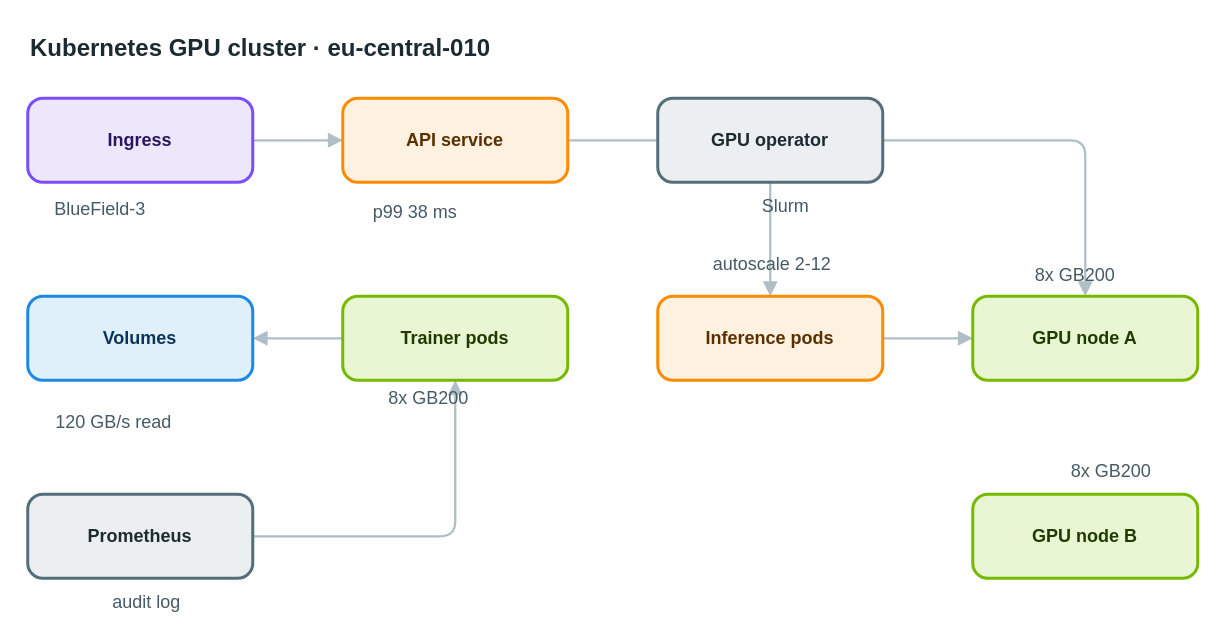
This is apps/web/public/samples/library/010-kubernetes-gpu-cluster.drawio from AryanG01/open-apprentice, a draw.io file, before an edit. Source tidied: cells renumbered, new cells numbered last; positions are measured from the earlier drawing's top-left corner, leaving out a move shared by most shapes. Both pictures are drawn from the tidied source at 150%, with x=0, y=0 at pixel (27, 26).
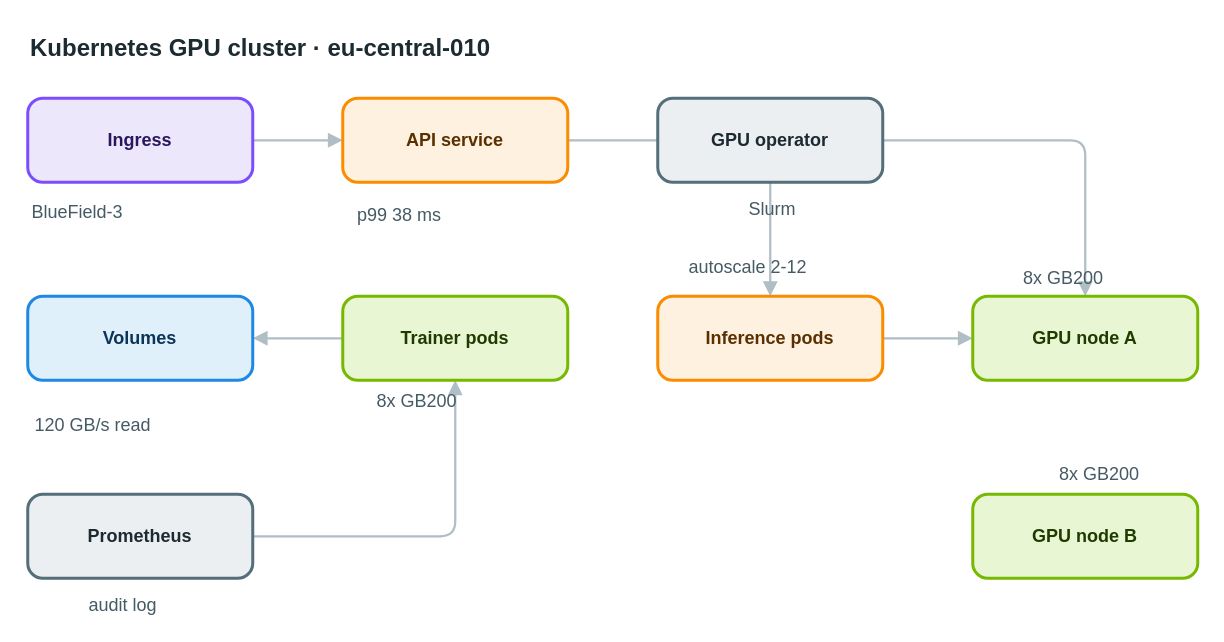
The same diagram, later.

Diff of the diagram source:
```diff
@@
-    <mxCell id="18" value="BlueField-3" style="text;html=1;align=center;verticalAlign=middle;whiteSpace=nowrap;strokeColor=none;fillColor=none;fontSize=12;fontColor=#455a64;" parent="1" vertex="1">
+    <mxCell id="18" value="BlueField-3" style="text;html=1;align=left;verticalAlign=top;whiteSpace=nowrap;spacing=0;spacingTop=0;strokeColor=none;fillColor=none;fontSize=12;fontColor=#455a64;" parent="1" vertex="1">
       <mxGeometry x="3" y="112" width="89" height="20" as="geometry" />
     </mxCell>
-    <mxCell id="19" value="p99 38 ms" style="text;html=1;align=center;verticalAlign=middle;whiteSpace=nowrap;strokeColor=none;fillColor=none;fontSize=12;fontColor=#455a64;" parent="1" vertex="1">
+    <mxCell id="19" value="p99 38 ms" style="text;html=1;align=left;verticalAlign=top;whiteSpace=nowrap;spacing=0;spacingTop=0;strokeColor=none;fillColor=none;fontSize=12;fontColor=#455a64;" parent="1" vertex="1">
       <mxGeometry x="220" y="114" width="75" height="20" as="geometry" />
     </mxCell>
-    <mxCell id="20" value="Slurm" style="text;html=1;align=center;verticalAlign=middle;whiteSpace=nowrap;strokeColor=none;fillColor=none;fontSize=12;fontColor=#455a64;" parent="1" vertex="1">
+    <mxCell id="20" value="Slurm" style="text;html=1;align=left;verticalAlign=top;whiteSpace=nowrap;spacing=0;spacingTop=0;strokeColor=none;fillColor=none;fontSize=12;fontColor=#455a64;" parent="1" vertex="1">
       <mxGeometry x="481" y="110" width="47" height="20" as="geometry" />
     </mxCell>
-    <mxCell id="21" value="8x GB200" style="text;html=1;align=center;verticalAlign=middle;whiteSpace=nowrap;strokeColor=none;fillColor=none;fontSize=12;fontColor=#455a64;" parent="1" vertex="1">
+    <mxCell id="21" value="8x GB200" style="text;html=1;align=left;verticalAlign=top;whiteSpace=nowrap;spacing=0;spacingTop=0;strokeColor=none;fillColor=none;fontSize=12;fontColor=#455a64;" parent="1" vertex="1">
       <mxGeometry x="233" y="238" width="68" height="20" as="geometry" />
     </mxCell>
-    <mxCell id="22" value="autoscale 2-12" style="text;html=1;align=center;verticalAlign=middle;whiteSpace=nowrap;strokeColor=none;fillColor=none;fontSize=12;fontColor=#455a64;" parent="1" vertex="1">
+    <mxCell id="22" value="autoscale 2-12" style="text;html=1;align=left;verticalAlign=top;whiteSpace=nowrap;spacing=0;spacingTop=0;strokeColor=none;fillColor=none;fontSize=12;fontColor=#455a64;" parent="1" vertex="1">
       <mxGeometry x="441" y="149" width="110" height="20" as="geometry" />
     </mxCell>
-    <mxCell id="23" value="8x GB200" style="text;html=1;align=center;verticalAlign=middle;whiteSpace=nowrap;strokeColor=none;fillColor=none;fontSize=12;fontColor=#455a64;" parent="1" vertex="1">
+    <mxCell id="23" value="8x GB200" style="text;html=1;align=left;verticalAlign=top;whiteSpace=nowrap;spacing=0;spacingTop=0;strokeColor=none;fillColor=none;fontSize=12;fontColor=#455a64;" parent="1" vertex="1">
       <mxGeometry x="664" y="156" width="68" height="20" as="geometry" />
     </mxCell>
-    <mxCell id="24" value="8x GB200" style="text;html=1;align=center;verticalAlign=middle;whiteSpace=nowrap;strokeColor=none;fillColor=none;fontSize=12;fontColor=#455a64;" parent="1" vertex="1">
+    <mxCell id="24" value="8x GB200" style="text;html=1;align=left;verticalAlign=top;whiteSpace=nowrap;spacing=0;spacingTop=0;strokeColor=none;fillColor=none;fontSize=12;fontColor=#455a64;" parent="1" vertex="1">
       <mxGeometry x="688" y="287" width="68" height="20" as="geometry" />
     </mxCell>
-    <mxCell id="25" value="120 GB/s read" style="text;html=1;align=center;verticalAlign=middle;whiteSpace=nowrap;strokeColor=none;fillColor=none;fontSize=12;fontColor=#455a64;" parent="1" vertex="1">
+    <mxCell id="25" value="120 GB/s read" style="text;html=1;align=left;verticalAlign=top;whiteSpace=nowrap;spacing=0;spacingTop=0;strokeColor=none;fillColor=none;fontSize=12;fontColor=#455a64;" parent="1" vertex="1">
       <mxGeometry x="5" y="254" width="103" height="20" as="geometry" />
     </mxCell>
-    <mxCell id="26" value="audit log" style="text;html=1;align=center;verticalAlign=middle;whiteSpace=nowrap;strokeColor=none;fillColor=none;fontSize=12;fontColor=#455a64;" parent="1" vertex="1">
+    <mxCell id="26" value="audit log" style="text;html=1;align=left;verticalAlign=top;whiteSpace=nowrap;spacing=0;spacingTop=0;strokeColor=none;fillColor=none;fontSize=12;fontColor=#455a64;" parent="1" vertex="1">
       <mxGeometry x="41" y="374" width="75" height="20" as="geometry" />
     </mxCell>
```
